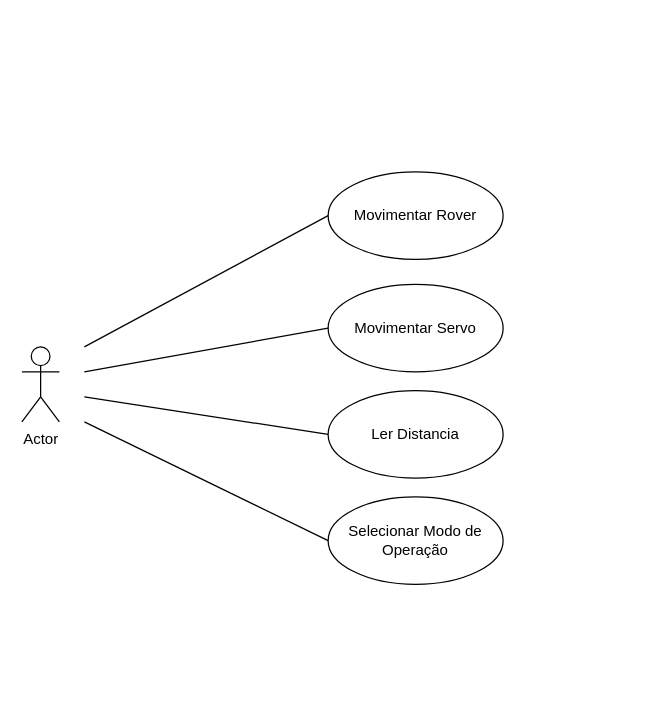
Before: page "Diagrama de Caso de Uso" (3 of 12) of docs/application.drawio in NakedSolidSnake/rover_system, a draw.io diagram. Source tidied: cells renumbered, new cells numbered last; positions are measured from the earlier drawing's top-left corner, leaving out a move shared by most shapes. Both pictures are drawn from the tidied source at 125%, with x=0, y=0 at pixel (21, 171).
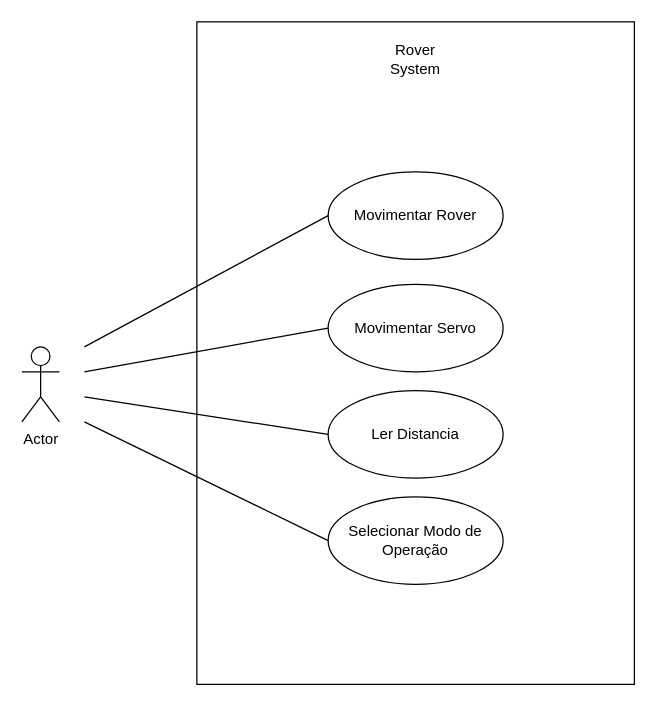
Above is the later version.

What changed in the source:
```diff
@@
 <mxGraphModel>
   <root>
     <mxCell id="0" />
     <mxCell id="1" parent="0" />
+    <mxCell id="11" style="rounded=0;whiteSpace=wrap;html=1;" parent="1" vertex="1">
+      <mxGeometry x="140" y="-120" width="350" height="530" as="geometry" />
+    </mxCell>
     <mxCell id="2" value="Actor" style="shape=umlActor;verticalLabelPosition=bottom;labelBackgroundColor=#ffffff;verticalAlign=top;html=1;strokeColor=#000000;" parent="1" vertex="1">
       <mxGeometry y="140" width="30" height="60" as="geometry" />
     </mxCell>
     <mxCell id="3" value="Movimentar Rover" style="ellipse;whiteSpace=wrap;html=1;strokeColor=#000000;" parent="1" vertex="1">
       <mxGeometry x="245" width="140" height="70" as="geometry" />
     </mxCell>
     <mxCell id="4" value="Movimentar Servo" style="ellipse;whiteSpace=wrap;html=1;strokeColor=#000000;" parent="1" vertex="1">
       <mxGeometry x="245" y="90" width="140" height="70" as="geometry" />
     </mxCell>
     <mxCell id="5" value="Ler Distancia" style="ellipse;whiteSpace=wrap;html=1;strokeColor=#000000;" parent="1" vertex="1">
       <mxGeometry x="245" y="175" width="140" height="70" as="geometry" />
     </mxCell>
     <mxCell id="6" value="Selecionar Modo de&lt;br&gt;Operação" style="ellipse;whiteSpace=wrap;html=1;strokeColor=#000000;" parent="1" vertex="1">
       <mxGeometry x="245" y="260" width="140" height="70" as="geometry" />
     </mxCell>
     <mxCell id="7" style="endArrow=none;html=1;entryX=0;entryY=0.5;entryDx=0;entryDy=0;" parent="1" edge="1" target="3">
       <mxGeometry relative="1" as="geometry">
         <mxPoint x="50" y="140" as="sourcePoint" />
       </mxGeometry>
     </mxCell>
     <mxCell id="8" style="endArrow=none;html=1;entryX=0;entryY=0.5;entryDx=0;entryDy=0;" parent="1" edge="1" target="5">
       <mxGeometry relative="1" as="geometry">
         <mxPoint x="50" y="180" as="sourcePoint" />
       </mxGeometry>
     </mxCell>
     <mxCell id="9" style="endArrow=none;html=1;entryX=0;entryY=0.5;entryDx=0;entryDy=0;" parent="1" edge="1" target="6">
       <mxGeometry relative="1" as="geometry">
         <mxPoint x="50" y="200" as="sourcePoint" />
       </mxGeometry>
     </mxCell>
     <mxCell id="10" style="endArrow=none;html=1;entryX=0;entryY=0.5;entryDx=0;entryDy=0;" parent="1" edge="1" target="4">
       <mxGeometry relative="1" as="geometry">
         <mxPoint x="50" y="160" as="sourcePoint" />
       </mxGeometry>
     </mxCell>
+    <mxCell id="12" value="Rover System" style="text;html=1;strokeColor=none;fillColor=none;align=center;verticalAlign=middle;whiteSpace=wrap;rounded=0;" parent="1" vertex="1">
+      <mxGeometry x="295" y="-100" width="40" height="20" as="geometry" />
+    </mxCell>
   </root>
 </mxGraphModel>
```
